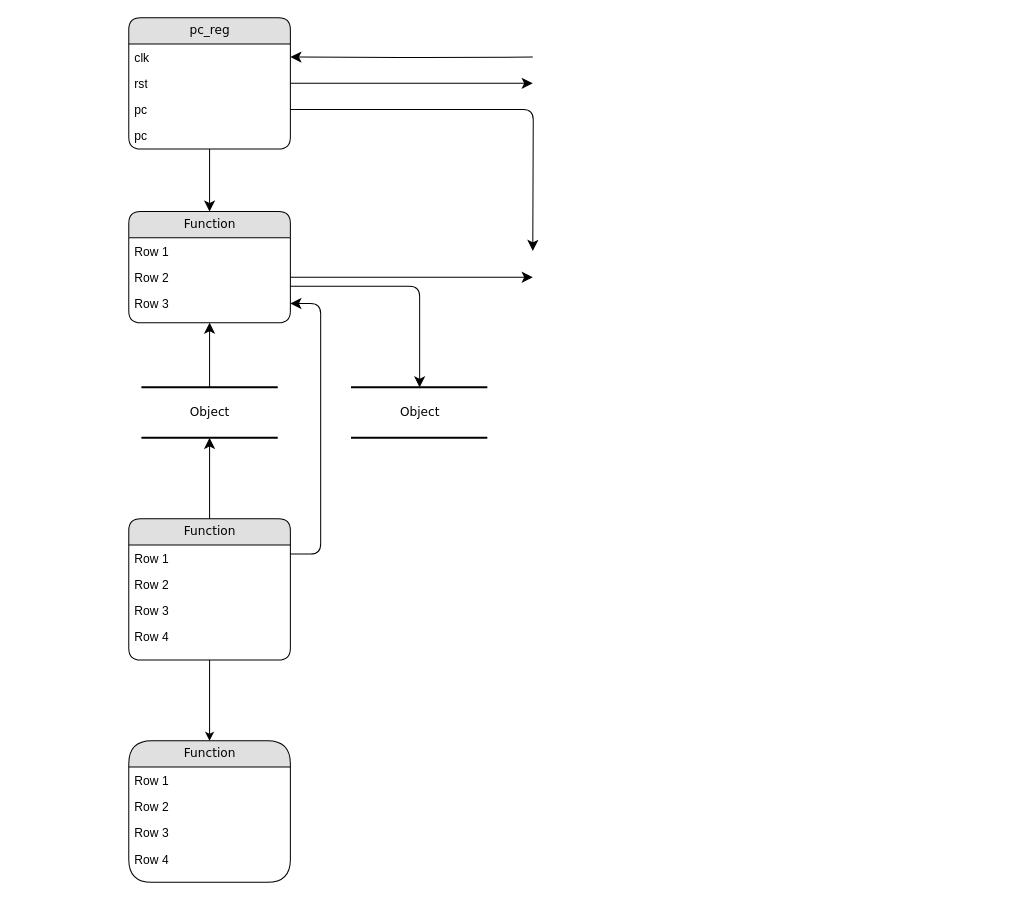
The draw.io diagram riscv-cpu-datapath.drawio in reburnw/riscv-cpu-dataflow, before the edit. Source tidied: cells renumbered, new cells numbered last; positions are measured from the earlier drawing's top-left corner, leaving out a move shared by most shapes. Both pictures are drawn from the tidied source at 101%, with x=0, y=0 at pixel (128, 17).
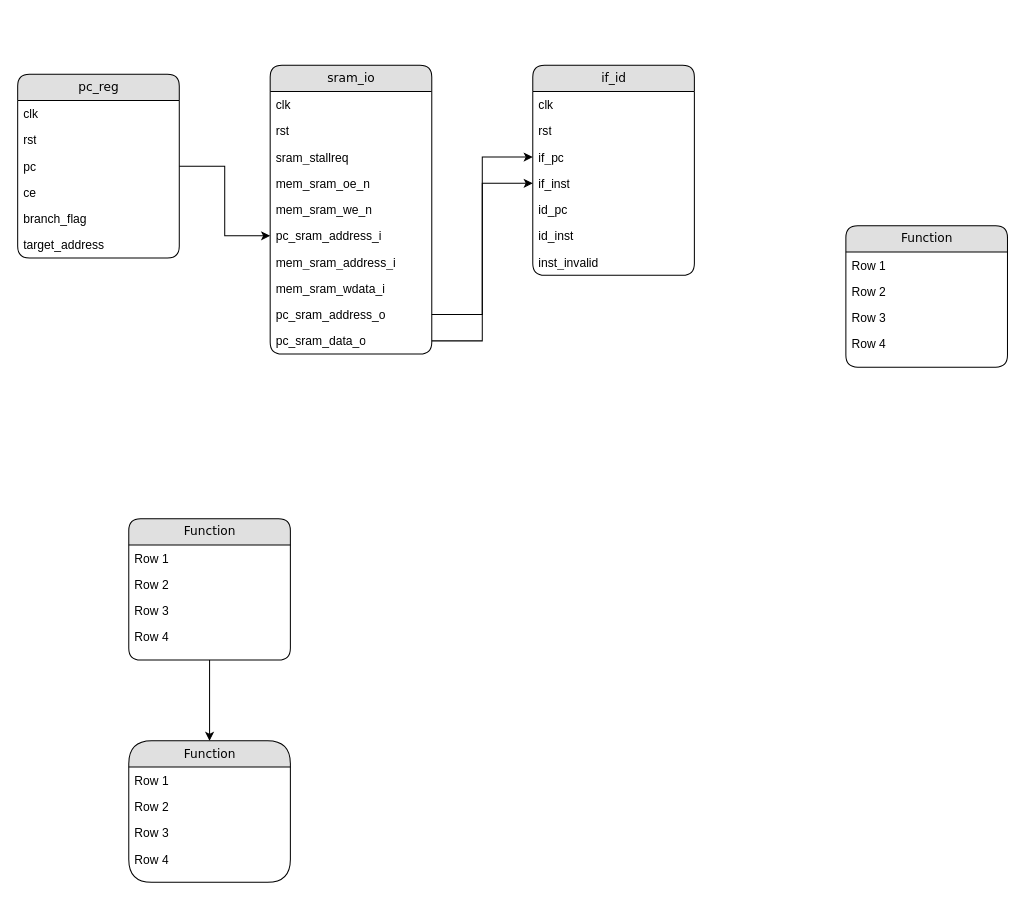
The same diagram, later.

Unchanged cells that the change refers to:
```xml
<mxCell id="4" value="clk" style="text;html=1;strokeColor=none;fillColor=none;spacingLeft=4;spacingRight=4;whiteSpace=wrap;overflow=hidden;points=[[0,0.5],[1,0.5]];portConstraint=eastwest;" parent="3" vertex="1">
  <mxGeometry y="26" width="160" height="26" as="geometry" />
</mxCell>
<mxCell id="5" value="rst" style="text;html=1;strokeColor=none;fillColor=none;spacingLeft=4;spacingRight=4;whiteSpace=wrap;overflow=hidden;points=[[0,0.5],[1,0.5]];portConstraint=eastwest;" parent="3" vertex="1">
  <mxGeometry y="52" width="160" height="26" as="geometry" />
</mxCell>
<mxCell id="6" value="pc" style="text;html=1;strokeColor=none;fillColor=none;spacingLeft=4;spacingRight=4;whiteSpace=wrap;overflow=hidden;points=[[0,0.5],[1,0.5]];portConstraint=eastwest;" parent="3" vertex="1">
  <mxGeometry y="78" width="160" height="26" as="geometry" />
</mxCell>
<mxCell id="13" value="Function" style="swimlane;html=1;fontStyle=0;horizontal=1;startSize=26;fillColor=#e0e0e0;swimlaneFillColor=#ffffff;align=center;rounded=1;shadow=0;comic=0;labelBackgroundColor=none;strokeWidth=1;fontFamily=Verdana;fontSize=12;" parent="1" vertex="1">
  <mxGeometry y="496" width="160" height="140" as="geometry" />
</mxCell>
```

What changed in the source:
```diff
@@
-    <mxCell id="2" value="Object" style="html=1;rounded=0;shadow=0;comic=0;labelBackgroundColor=none;strokeWidth=2;fontFamily=Verdana;fontSize=12;align=center;shape=mxgraph.ios7ui.horLines;" parent="1" vertex="1">
-      <mxGeometry x="12.5" y="366" width="135" height="50" as="geometry" />
-    </mxCell>
     <mxCell id="3" value="pc_reg" style="swimlane;html=1;fontStyle=0;horizontal=1;startSize=26;fillColor=#e0e0e0;swimlaneFillColor=#ffffff;align=center;rounded=1;shadow=0;comic=0;labelBackgroundColor=none;strokeWidth=1;fontFamily=Verdana;fontSize=12;" parent="1" vertex="1">
-      <mxGeometry width="160" height="130" as="geometry" />
+      <mxGeometry x="-110" y="56" width="160" height="182" as="geometry" />
     </mxCell>
@@
-    <mxCell id="7" value="pc" style="text;html=1;strokeColor=none;fillColor=none;spacingLeft=4;spacingRight=4;whiteSpace=wrap;overflow=hidden;" parent="3" vertex="1">
+    <mxCell id="7" value="ce" style="text;html=1;strokeColor=none;fillColor=none;spacingLeft=4;spacingRight=4;whiteSpace=wrap;overflow=hidden;" parent="3" vertex="1">
       <mxGeometry y="104" width="160" height="26" as="geometry" />
     </mxCell>
-    <mxCell id="8" value="Function" style="swimlane;html=1;fontStyle=0;horizontal=1;startSize=26;fillColor=#e0e0e0;swimlaneFillColor=#ffffff;align=center;rounded=1;shadow=0;comic=0;labelBackgroundColor=none;strokeWidth=1;fontFamily=Verdana;fontSize=12;" parent="1" vertex="1">
-      <mxGeometry y="192" width="160" height="110" as="geometry" />
-    </mxCell>
-    <mxCell id="9" value="Row 1" style="text;html=1;strokeColor=none;fillColor=none;spacingLeft=4;spacingRight=4;whiteSpace=wrap;overflow=hidden;" parent="8" vertex="1">
-      <mxGeometry y="26" width="160" height="26" as="geometry" />
-    </mxCell>
-    <mxCell id="10" value="Row 2" style="text;html=1;strokeColor=none;fillColor=none;spacingLeft=4;spacingRight=4;whiteSpace=wrap;overflow=hidden;points=[[0,0.5],[1,0.5]];portConstraint=eastwest;" parent="8" vertex="1">
-      <mxGeometry y="52" width="160" height="26" as="geometry" />
-    </mxCell>
-    <mxCell id="11" value="Row 3" style="text;html=1;strokeColor=none;fillColor=none;spacingLeft=4;spacingRight=4;whiteSpace=wrap;overflow=hidden;points=[[0,0.5],[1,0.5]];portConstraint=eastwest;" parent="8" vertex="1">
-      <mxGeometry y="78" width="160" height="26" as="geometry" />
-    </mxCell>
+    <mxCell id="33" value="branch_flag" style="text;html=1;strokeColor=none;fillColor=none;spacingLeft=4;spacingRight=4;whiteSpace=wrap;overflow=hidden;" parent="3" vertex="1">
+      <mxGeometry y="130" width="160" height="26" as="geometry" />
+    </mxCell>
+    <mxCell id="34" value="target_address" style="text;html=1;strokeColor=none;fillColor=none;spacingLeft=4;spacingRight=4;whiteSpace=wrap;overflow=hidden;" parent="3" vertex="1">
+      <mxGeometry y="156" width="160" height="26" as="geometry" />
+    </mxCell>
@@
-    <mxCell id="18" value="Object" style="html=1;rounded=0;shadow=0;comic=0;labelBackgroundColor=none;strokeWidth=2;fontFamily=Verdana;fontSize=12;align=center;shape=mxgraph.ios7ui.horLines;" parent="1" vertex="1">
-      <mxGeometry x="220" y="366" width="135" height="50" as="geometry" />
-    </mxCell>
-    <mxCell id="19" style="edgeStyle=none;html=1;labelBackgroundColor=none;startFill=0;startSize=8;endFill=1;endSize=8;fontFamily=Verdana;fontSize=12;" parent="1" edge="1" source="13" target="2">
-      <mxGeometry relative="1" as="geometry" />
-    </mxCell>
-    <mxCell id="20" style="edgeStyle=none;html=1;labelBackgroundColor=none;startFill=0;startSize=8;endFill=1;endSize=8;fontFamily=Verdana;fontSize=12;" parent="1" edge="1" source="2" target="8">
-      <mxGeometry relative="1" as="geometry" />
-    </mxCell>
-    <mxCell id="21" style="edgeStyle=orthogonalEdgeStyle;html=1;labelBackgroundColor=none;startFill=0;startSize=8;endFill=1;endSize=8;fontFamily=Verdana;fontSize=12;exitX=1;exitY=0.25;entryX=1;entryY=0.5;" parent="1" edge="1" source="13" target="11">
-      <mxGeometry relative="1" as="geometry">
-        <Array as="points">
-          <mxPoint x="190" y="531" />
-          <mxPoint x="190" y="283" />
-        </Array>
-      </mxGeometry>
-    </mxCell>
-    <mxCell id="22" style="edgeStyle=orthogonalEdgeStyle;html=1;labelBackgroundColor=none;startFill=0;startSize=8;endFill=1;endSize=8;fontFamily=Verdana;fontSize=12;" parent="1" edge="1" source="8" target="18">
-      <mxGeometry relative="1" as="geometry">
-        <Array as="points">
-          <mxPoint x="288" y="266" />
-        </Array>
-      </mxGeometry>
-    </mxCell>
-    <mxCell id="23" style="edgeStyle=orthogonalEdgeStyle;html=1;labelBackgroundColor=none;startFill=0;startSize=8;endFill=1;endSize=8;fontFamily=Verdana;fontSize=12;" parent="1" edge="1" source="3" target="8">
-      <mxGeometry relative="1" as="geometry" />
-    </mxCell>
-    <mxCell id="24" style="edgeStyle=orthogonalEdgeStyle;html=1;entryX=0;entryY=0.5;labelBackgroundColor=none;startFill=0;startSize=8;endFill=1;endSize=8;fontFamily=Verdana;fontSize=12;exitX=1;exitY=0.5;" parent="1" edge="1" source="5">
-      <mxGeometry relative="1" as="geometry">
-        <mxPoint x="400" y="65" as="targetPoint" />
-      </mxGeometry>
-    </mxCell>
-    <mxCell id="25" style="edgeStyle=orthogonalEdgeStyle;html=1;exitX=0;exitY=0.5;entryX=1;entryY=0.5;labelBackgroundColor=none;startFill=0;startSize=8;endFill=1;endSize=8;fontFamily=Verdana;fontSize=12;" parent="1" edge="1" target="4">
-      <mxGeometry relative="1" as="geometry">
-        <mxPoint x="400" y="39" as="sourcePoint" />
-      </mxGeometry>
-    </mxCell>
-    <mxCell id="26" style="edgeStyle=orthogonalEdgeStyle;html=1;exitX=1;exitY=0.5;entryX=0;entryY=0.5;labelBackgroundColor=none;startFill=0;startSize=8;endFill=1;endSize=8;fontFamily=Verdana;fontSize=12;" parent="1" edge="1" source="6">
-      <mxGeometry relative="1" as="geometry">
-        <mxPoint x="400" y="231" as="targetPoint" />
-      </mxGeometry>
-    </mxCell>
-    <mxCell id="27" style="edgeStyle=orthogonalEdgeStyle;html=1;exitX=1;exitY=0.5;entryX=0;entryY=0.5;labelBackgroundColor=none;startFill=0;startSize=8;endFill=1;endSize=8;fontFamily=Verdana;fontSize=12;" parent="1" edge="1" source="10">
-      <mxGeometry relative="1" as="geometry">
-        <mxPoint x="400" y="257" as="targetPoint" />
-      </mxGeometry>
-    </mxCell>
@@
+    <mxCell id="35" value="sram_io" style="swimlane;html=1;fontStyle=0;horizontal=1;startSize=26;fillColor=#e0e0e0;swimlaneFillColor=#ffffff;align=center;rounded=1;shadow=0;comic=0;labelBackgroundColor=none;strokeWidth=1;fontFamily=Verdana;fontSize=12;" parent="1" vertex="1">
+      <mxGeometry x="140" y="47" width="160" height="286" as="geometry" />
+    </mxCell>
+    <mxCell id="36" value="clk" style="text;html=1;strokeColor=none;fillColor=none;spacingLeft=4;spacingRight=4;whiteSpace=wrap;overflow=hidden;" parent="35" vertex="1">
+      <mxGeometry y="26" width="160" height="26" as="geometry" />
+    </mxCell>
+    <mxCell id="37" value="rst" style="text;html=1;strokeColor=none;fillColor=none;spacingLeft=4;spacingRight=4;whiteSpace=wrap;overflow=hidden;" parent="35" vertex="1">
+      <mxGeometry y="52" width="160" height="26" as="geometry" />
+    </mxCell>
+    <mxCell id="38" value="sram_stallreq" style="text;html=1;strokeColor=none;fillColor=none;spacingLeft=4;spacingRight=4;whiteSpace=wrap;overflow=hidden;" parent="35" vertex="1">
+      <mxGeometry y="78" width="160" height="26" as="geometry" />
+    </mxCell>
+    <mxCell id="39" value="mem_sram_oe_n" style="text;html=1;strokeColor=none;fillColor=none;spacingLeft=4;spacingRight=4;whiteSpace=wrap;overflow=hidden;" parent="35" vertex="1">
+      <mxGeometry y="104" width="160" height="26" as="geometry" />
+    </mxCell>
+    <mxCell id="40" value="mem_sram_we_n" style="text;html=1;strokeColor=none;fillColor=none;spacingLeft=4;spacingRight=4;whiteSpace=wrap;overflow=hidden;" parent="35" vertex="1">
+      <mxGeometry y="130" width="160" height="26" as="geometry" />
+    </mxCell>
+    <mxCell id="41" value="pc_sram_address_i" style="text;html=1;strokeColor=none;fillColor=none;spacingLeft=4;spacingRight=4;whiteSpace=wrap;overflow=hidden;points=[[0,0.5],[1,0.5]];portConstraint=eastwest;" parent="35" vertex="1">
+      <mxGeometry y="156" width="160" height="26" as="geometry" />
+    </mxCell>
+    <mxCell id="42" value="mem_sram_address_i" style="text;html=1;strokeColor=none;fillColor=none;spacingLeft=4;spacingRight=4;whiteSpace=wrap;overflow=hidden;" parent="35" vertex="1">
+      <mxGeometry y="182" width="160" height="26" as="geometry" />
+    </mxCell>
+    <mxCell id="43" value="mem_sram_wdata_i" style="text;html=1;strokeColor=none;fillColor=none;spacingLeft=4;spacingRight=4;whiteSpace=wrap;overflow=hidden;" parent="35" vertex="1">
+      <mxGeometry y="208" width="160" height="26" as="geometry" />
+    </mxCell>
+    <mxCell id="44" value="pc_sram_address_o" style="text;html=1;strokeColor=none;fillColor=none;spacingLeft=4;spacingRight=4;whiteSpace=wrap;overflow=hidden;points=[[0,0.5],[1,0.5]];portConstraint=eastwest;" parent="35" vertex="1">
+      <mxGeometry y="234" width="160" height="26" as="geometry" />
+    </mxCell>
+    <mxCell id="45" value="pc_sram_data_o" style="text;html=1;strokeColor=none;fillColor=none;spacingLeft=4;spacingRight=4;whiteSpace=wrap;overflow=hidden;points=[[0,0.5],[1,0.5]];portConstraint=eastwest;" parent="35" vertex="1">
+      <mxGeometry y="260" width="160" height="26" as="geometry" />
+    </mxCell>
+    <mxCell id="46" style="edgeStyle=orthogonalEdgeStyle;rounded=0;jettySize=auto;html=1;" parent="1" edge="1" source="6" target="41">
+      <mxGeometry relative="1" as="geometry" />
+    </mxCell>
+    <mxCell id="47" value="if_id" style="swimlane;html=1;fontStyle=0;horizontal=1;startSize=26;fillColor=#e0e0e0;swimlaneFillColor=#ffffff;align=center;rounded=1;shadow=0;comic=0;labelBackgroundColor=none;strokeWidth=1;fontFamily=Verdana;fontSize=12;" parent="1" vertex="1">
+      <mxGeometry x="400" y="47" width="160" height="208" as="geometry" />
+    </mxCell>
+    <mxCell id="48" value="clk" style="text;html=1;strokeColor=none;fillColor=none;spacingLeft=4;spacingRight=4;whiteSpace=wrap;overflow=hidden;" parent="47" vertex="1">
+      <mxGeometry y="26" width="160" height="26" as="geometry" />
+    </mxCell>
+    <mxCell id="49" value="rst" style="text;html=1;strokeColor=none;fillColor=none;spacingLeft=4;spacingRight=4;whiteSpace=wrap;overflow=hidden;" parent="47" vertex="1">
+      <mxGeometry y="52" width="160" height="26" as="geometry" />
+    </mxCell>
+    <mxCell id="50" value="if_pc" style="text;html=1;strokeColor=none;fillColor=none;spacingLeft=4;spacingRight=4;whiteSpace=wrap;overflow=hidden;points=[[0,0.5],[1,0.5]];portConstraint=eastwest;" parent="47" vertex="1">
+      <mxGeometry y="78" width="160" height="26" as="geometry" />
+    </mxCell>
+    <mxCell id="51" value="if_inst" style="text;html=1;strokeColor=none;fillColor=none;spacingLeft=4;spacingRight=4;whiteSpace=wrap;overflow=hidden;points=[[0,0.5],[1,0.5]];portConstraint=eastwest;" parent="47" vertex="1">
+      <mxGeometry y="104" width="160" height="26" as="geometry" />
+    </mxCell>
+    <mxCell id="52" value="id_pc" style="text;html=1;strokeColor=none;fillColor=none;spacingLeft=4;spacingRight=4;whiteSpace=wrap;overflow=hidden;" parent="47" vertex="1">
+      <mxGeometry y="130" width="160" height="26" as="geometry" />
+    </mxCell>
+    <mxCell id="53" value="id_inst" style="text;html=1;strokeColor=none;fillColor=none;spacingLeft=4;spacingRight=4;whiteSpace=wrap;overflow=hidden;" parent="47" vertex="1">
+      <mxGeometry y="156" width="160" height="26" as="geometry" />
+    </mxCell>
+    <mxCell id="54" value="inst_invalid" style="text;html=1;strokeColor=none;fillColor=none;spacingLeft=4;spacingRight=4;whiteSpace=wrap;overflow=hidden;" parent="47" vertex="1">
+      <mxGeometry y="182" width="160" height="26" as="geometry" />
+    </mxCell>
+    <mxCell id="55" style="edgeStyle=orthogonalEdgeStyle;rounded=0;jettySize=auto;html=1;" parent="1" edge="1" source="44" target="50">
+      <mxGeometry relative="1" as="geometry" />
+    </mxCell>
+    <mxCell id="56" style="edgeStyle=orthogonalEdgeStyle;rounded=0;jettySize=auto;html=1;" parent="1" edge="1" source="45" target="51">
+      <mxGeometry relative="1" as="geometry" />
+    </mxCell>
+    <mxCell id="8" value="Function" style="swimlane;html=1;fontStyle=0;horizontal=1;startSize=26;fillColor=#e0e0e0;swimlaneFillColor=#ffffff;align=center;rounded=1;shadow=0;comic=0;labelBackgroundColor=none;strokeWidth=1;fontFamily=Verdana;fontSize=12;" parent="1" vertex="1">
+      <mxGeometry x="710" y="206" width="160" height="140" as="geometry" />
+    </mxCell>
+    <mxCell id="9" value="Row 1" style="text;html=1;strokeColor=none;fillColor=none;spacingLeft=4;spacingRight=4;whiteSpace=wrap;overflow=hidden;" parent="8" vertex="1">
+      <mxGeometry y="26" width="160" height="26" as="geometry" />
+    </mxCell>
+    <mxCell id="10" value="Row 2" style="text;html=1;strokeColor=none;fillColor=none;spacingLeft=4;spacingRight=4;whiteSpace=wrap;overflow=hidden;points=[[0,0.5],[1,0.5]];portConstraint=eastwest;" parent="8" vertex="1">
+      <mxGeometry y="52" width="160" height="26" as="geometry" />
+    </mxCell>
+    <mxCell id="11" value="Row 3" style="text;html=1;strokeColor=none;fillColor=none;spacingLeft=4;spacingRight=4;whiteSpace=wrap;overflow=hidden;points=[[0,0.5],[1,0.5]];portConstraint=eastwest;" parent="8" vertex="1">
+      <mxGeometry y="78" width="160" height="26" as="geometry" />
+    </mxCell>
+    <mxCell id="57" value="Row 4" style="text;html=1;strokeColor=none;fillColor=none;spacingLeft=4;spacingRight=4;whiteSpace=wrap;overflow=hidden;" parent="8" vertex="1">
+      <mxGeometry y="104" width="160" height="26" as="geometry" />
+    </mxCell>
```
